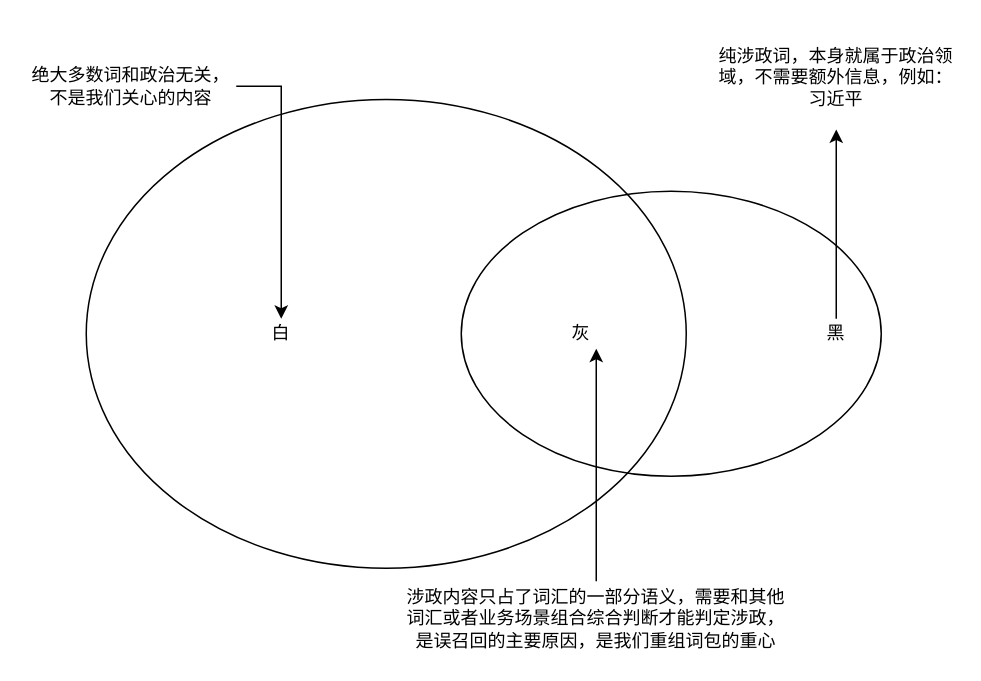
Before: keywords_rules.drawio in fpcsong/diagram, a draw.io diagram. Source tidied: cells renumbered, new cells numbered last; positions are measured from the earlier drawing's top-left corner, leaving out a move shared by most shapes. Both pictures are drawn from the tidied source at 150%, with x=0, y=0 at pixel (26, 26).
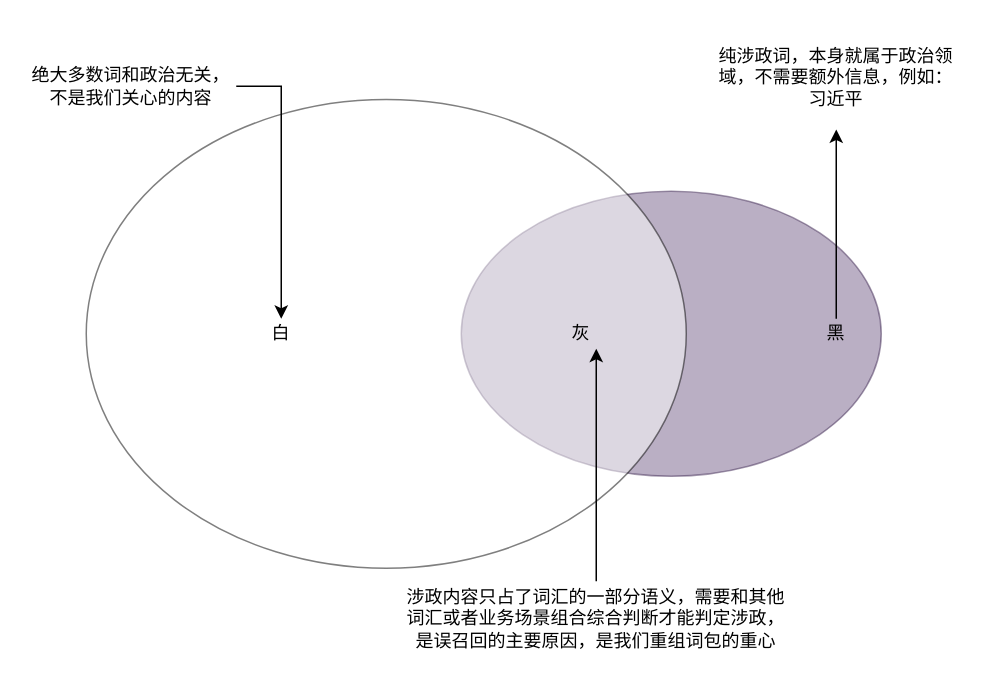
The same page after the edit.

Diff of the diagram source:
```diff
@@
 <mxGraphModel>
   <root>
     <mxCell id="0" />
     <mxCell id="1" parent="0" />
-    <mxCell id="2" style="ellipse;whiteSpace=wrap;html=1;sketch=0;shadow=0;fillColor=none;" parent="1" vertex="1">
+    <mxCell id="2" style="ellipse;whiteSpace=wrap;html=1;sketch=0;shadow=0;fillColor=#76608a;strokeColor=#432D57;fontColor=#ffffff;opacity=50;" parent="1" vertex="1">
       <mxGeometry x="290" y="110" width="280" height="190" as="geometry" />
     </mxCell>
-    <mxCell id="3" style="ellipse;whiteSpace=wrap;html=1;shadow=0;sketch=0;fillColor=none;" parent="1" vertex="1">
+    <mxCell id="3" style="ellipse;whiteSpace=wrap;html=1;shadow=0;sketch=0;gradientDirection=west;opacity=50;" parent="1" vertex="1">
       <mxGeometry x="40" y="48.8" width="400" height="312.5" as="geometry" />
     </mxCell>
     <mxCell id="4" value="白" style="text;html=1;strokeColor=none;fillColor=none;align=center;verticalAlign=middle;whiteSpace=wrap;rounded=0;shadow=0;sketch=0;" parent="1" vertex="1">
       <mxGeometry x="150" y="195" width="40" height="20" as="geometry" />
     </mxCell>
     <mxCell id="5" style="edgeStyle=orthogonalEdgeStyle;rounded=0;jettySize=auto;html=1;" parent="1" edge="1" source="6" target="12">
       <mxGeometry relative="1" as="geometry" />
     </mxCell>
     <mxCell id="6" value="黑" style="text;html=1;strokeColor=none;fillColor=none;align=center;verticalAlign=middle;whiteSpace=wrap;rounded=0;shadow=0;sketch=0;" parent="1" vertex="1">
       <mxGeometry x="520" y="195" width="40" height="20" as="geometry" />
     </mxCell>
     <mxCell id="7" value="灰" style="text;html=1;strokeColor=none;fillColor=none;align=center;verticalAlign=middle;whiteSpace=wrap;rounded=0;shadow=0;sketch=0;" parent="1" vertex="1">
       <mxGeometry x="350" y="195" width="40" height="20" as="geometry" />
     </mxCell>
     <mxCell id="8" style="edgeStyle=orthogonalEdgeStyle;rounded=0;jettySize=auto;html=1;entryX=0.5;entryY=0;entryDx=0;entryDy=0;" parent="1" edge="1" source="9" target="4">
       <mxGeometry relative="1" as="geometry" />
     </mxCell>
     <mxCell id="9" value="绝大多数词和政治无关，不是我们关心的内容" style="text;html=1;strokeColor=none;fillColor=none;align=center;verticalAlign=middle;whiteSpace=wrap;rounded=0;shadow=0;sketch=0;" parent="1" vertex="1">
       <mxGeometry width="140" height="80" as="geometry" />
     </mxCell>
     <mxCell id="10" style="edgeStyle=orthogonalEdgeStyle;rounded=0;jettySize=auto;html=1;entryX=0.75;entryY=1;entryDx=0;entryDy=0;" parent="1" edge="1" source="11" target="7">
       <mxGeometry relative="1" as="geometry" />
     </mxCell>
     <mxCell id="11" value="涉政内容只占了词汇的一部分语义，需要和其他词汇或者业务场景组合综合判断才能判定涉政，是误召回的主要原因，是我们重组词包的重心" style="text;html=1;strokeColor=none;fillColor=none;align=center;verticalAlign=middle;whiteSpace=wrap;rounded=0;shadow=0;sketch=0;" parent="1" vertex="1">
       <mxGeometry x="250" y="370" width="260" height="50" as="geometry" />
     </mxCell>
     <mxCell id="12" value="纯涉政词，本身就属于政治领域，不需要额外信息，例如：习近平" style="text;html=1;strokeColor=none;fillColor=none;align=center;verticalAlign=middle;whiteSpace=wrap;rounded=0;shadow=0;sketch=0;" parent="1" vertex="1">
       <mxGeometry x="460" width="160" height="68.8" as="geometry" />
     </mxCell>
   </root>
 </mxGraphModel>
```
